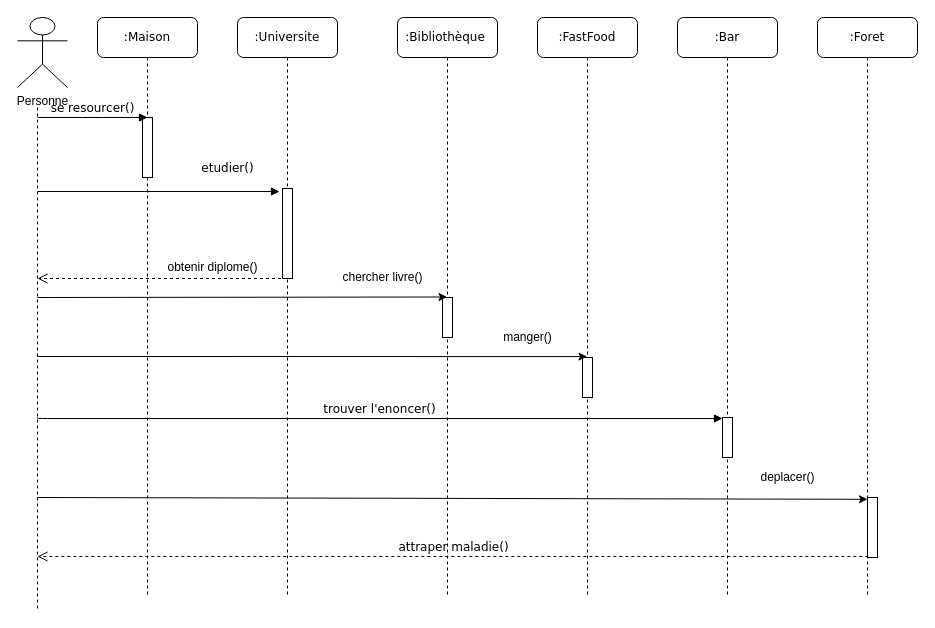
Before: Diagramme/Untitled Diagram.drawio in Viringe/projetL3UML-Baudoin-Gries-EL_IDRISSI_EL_BOUZIDI-2020, a draw.io diagram. Source tidied: cells renumbered, new cells numbered last; positions are measured from the earlier drawing's top-left corner, leaving out a move shared by most shapes. Both pictures are drawn from the tidied source at 100%, with x=0, y=0 at pixel (17, 17).
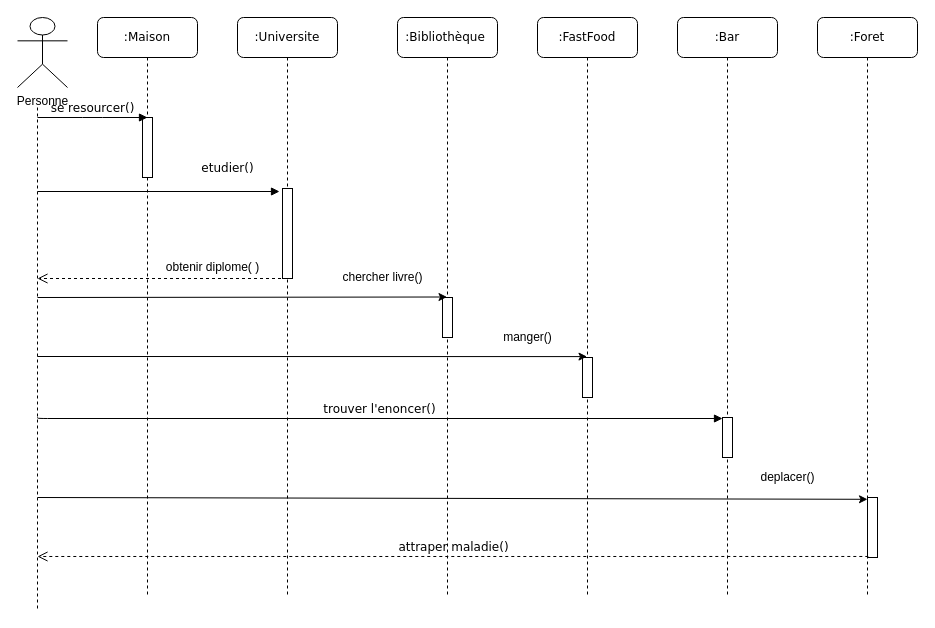
The same page after the edit.

Change to the diagram source:
```diff
@@
-    <mxCell id="18" value="obtenir diplome()" style="text;html=1;align=center;verticalAlign=middle;" parent="1" vertex="1">
+    <mxCell id="18" value="obtenir diplome( )" style="text;html=1;align=center;verticalAlign=middle;" parent="1" vertex="1">
       <mxGeometry x="140" y="240" width="110" height="20" as="geometry" />
     </mxCell>
```
